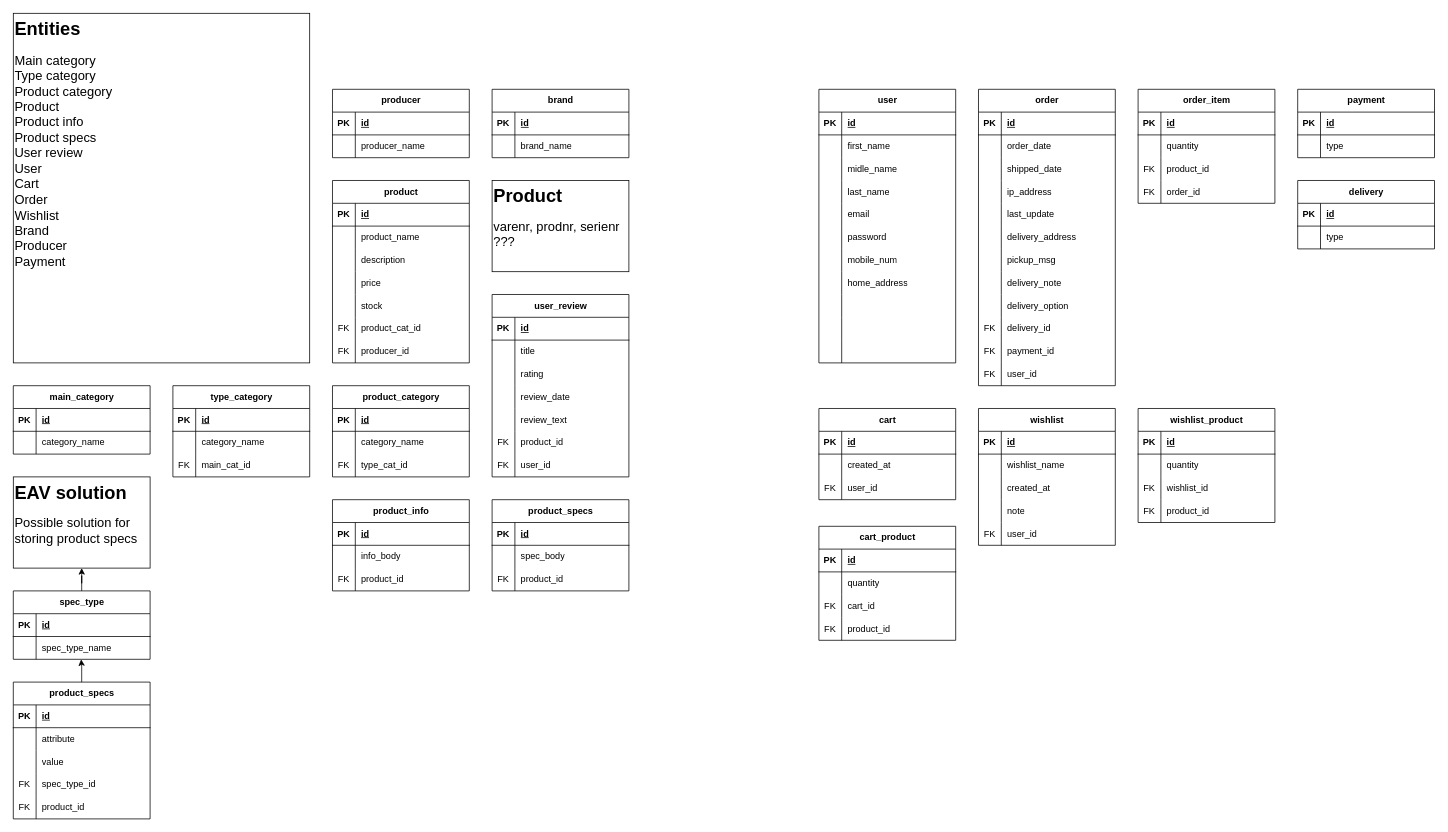
mats-bb/DataAnalysis-OLTP-DWH keeps this draw.io diagram as komplett_ERD.drawio. Above is the earlier version. Source tidied: cells renumbered, new cells numbered last; positions are measured from the earlier drawing's top-left corner, leaving out a move shared by most shapes. Both pictures are drawn from the tidied source at 76%, with x=0, y=0 at pixel (13, 13).
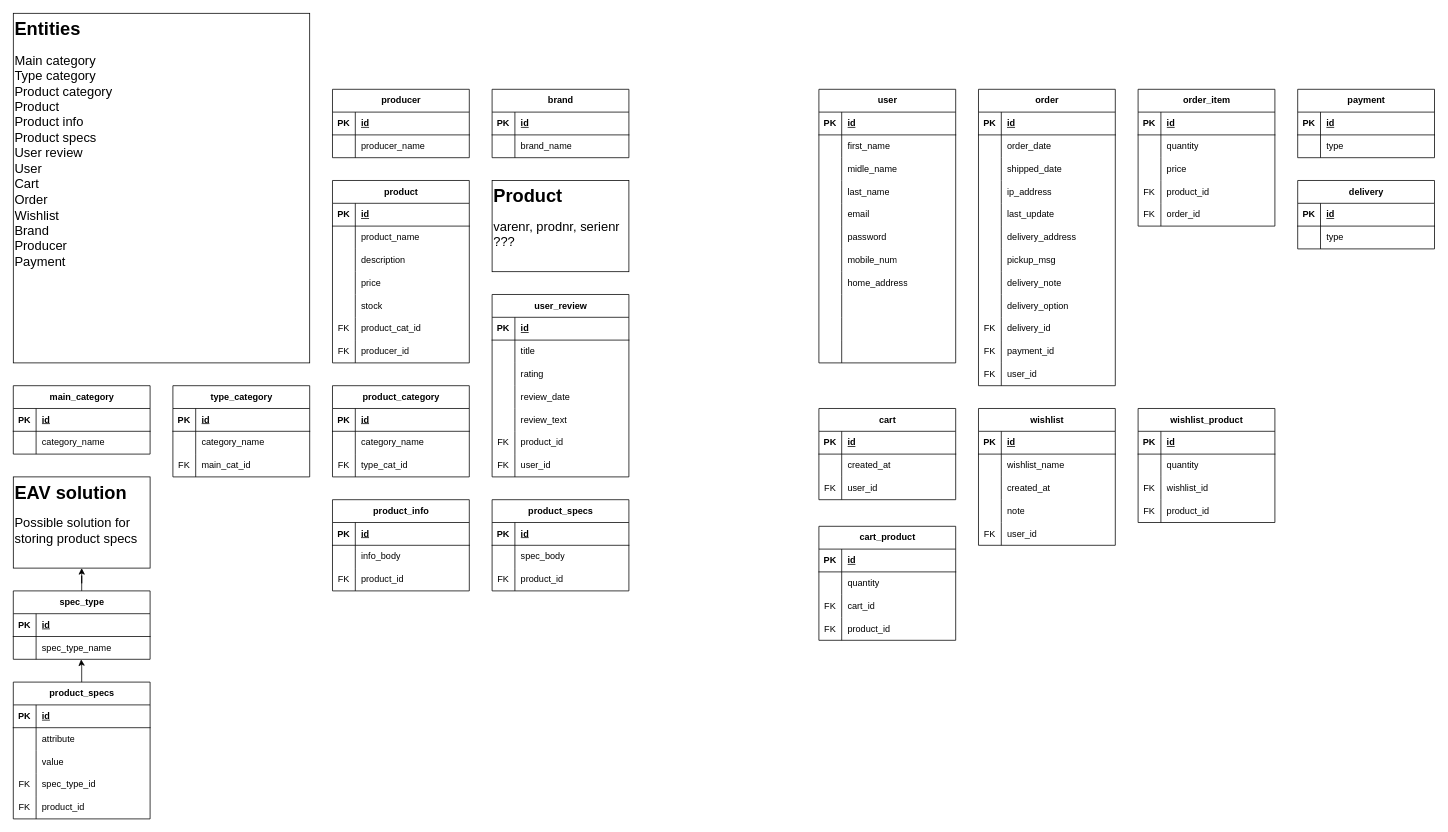
After the change.

Commit message (it also covers changes not shown here):
added current ERD work as img

What changed in the source:
```diff
@@
     <mxCell id="209" value="order_item" style="shape=table;startSize=30;childLayout=tableLayout;rowLines=0;fontStyle=1;align=center;html=1;" parent="1" vertex="1">
-      <mxGeometry x="1480" y="100" width="180" height="150" as="geometry" />
+      <mxGeometry x="1480" y="100" width="180" height="180" as="geometry" />
     </mxCell>
@@
+    <mxCell id="285" style="shape=tableRow;horizontal=0;startSize=0;swimlaneHead=0;swimlaneBody=0;fillColor=none;top=0;left=0;right=0;bottom=0;" parent="209" vertex="1">
+      <mxGeometry y="90" width="180" height="30" as="geometry" />
+    </mxCell>
+    <mxCell id="286" style="shape=partialRectangle;fillColor=none;top=0;left=0;bottom=0;right=0;overflow=hidden;whiteSpace=wrap;html=1;" parent="285" vertex="1">
+      <mxGeometry width="30" height="30" as="geometry" />
+    </mxCell>
+    <mxCell id="287" value="price" style="shape=partialRectangle;fillColor=none;top=0;left=0;bottom=0;right=0;align=left;spacingLeft=6;overflow=hidden;whiteSpace=wrap;html=1;" parent="285" vertex="1">
+      <mxGeometry x="30" width="150" height="30" as="geometry" />
+    </mxCell>
     <mxCell id="216" style="shape=tableRow;horizontal=0;startSize=0;swimlaneHead=0;swimlaneBody=0;fillColor=none;top=0;left=0;right=0;bottom=0;" parent="209" vertex="1">
-      <mxGeometry y="90" width="180" height="30" as="geometry" />
+      <mxGeometry y="120" width="180" height="30" as="geometry" />
     </mxCell>
@@
     <mxCell id="219" style="shape=tableRow;horizontal=0;startSize=0;swimlaneHead=0;swimlaneBody=0;fillColor=none;top=0;left=0;right=0;bottom=0;" parent="209" vertex="1">
-      <mxGeometry y="120" width="180" height="30" as="geometry" />
+      <mxGeometry y="150" width="180" height="30" as="geometry" />
     </mxCell>
```
